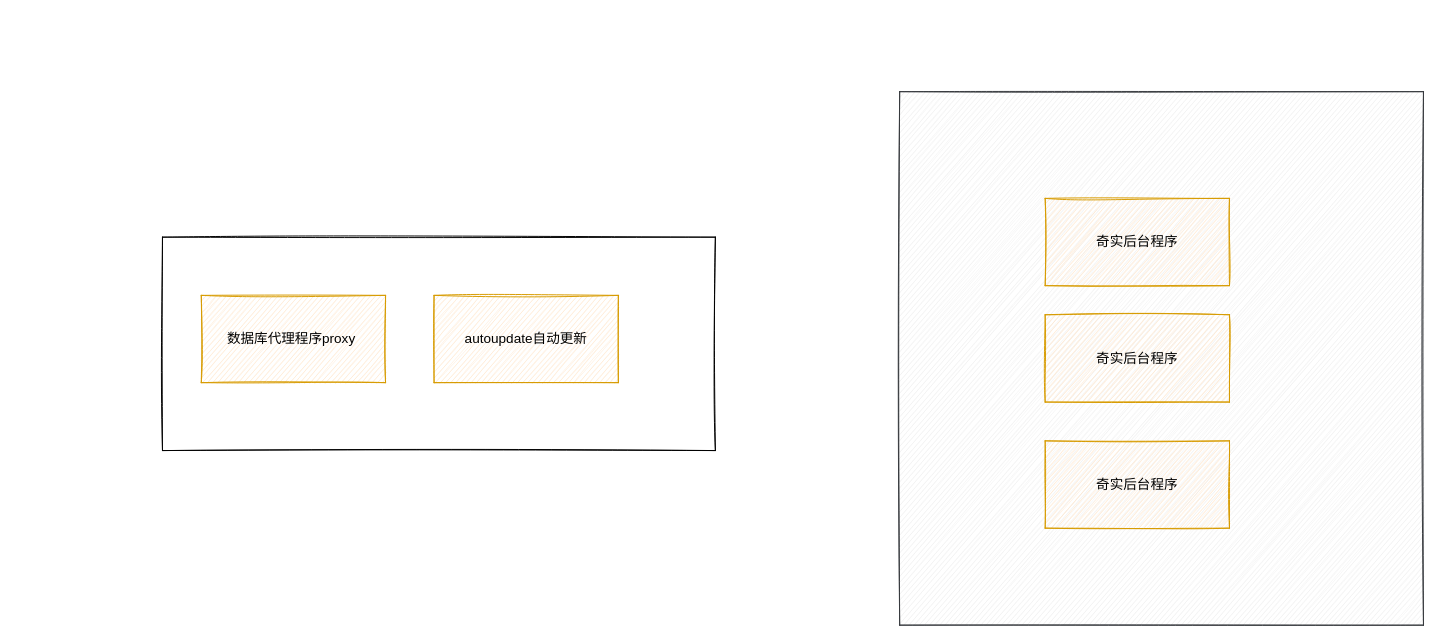
Earlier version of the draw.io diagram page "锐健营" (5 of 5) of 流程图.drawio (nayouzhenai/java_web). Source tidied: cells renumbered, new cells numbered last; positions are measured from the earlier drawing's top-left corner, leaving out a move shared by most shapes. Both pictures are drawn from the tidied source at 97%, with x=0, y=0 at pixel (162, 91).
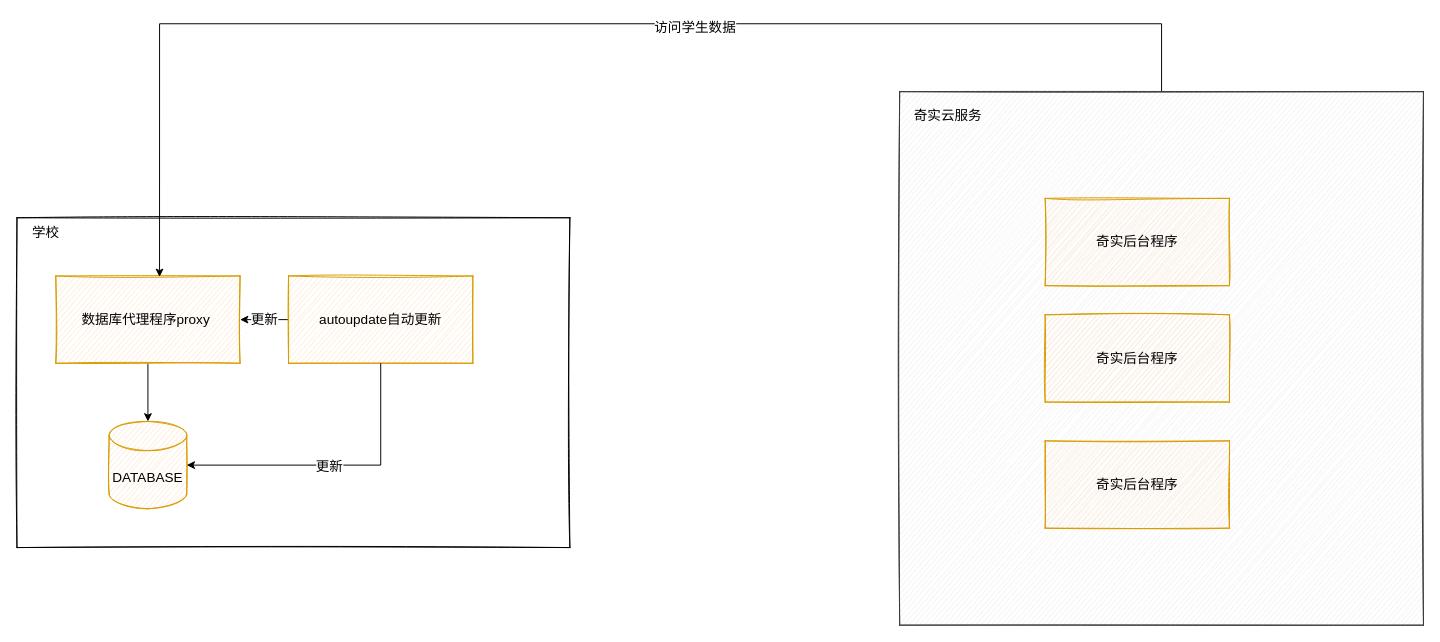
Above is the later version.

Commit message:
更新流程图.drawio

Unchanged cells that the change refers to:
```xml
<mxCell id="5" style="rounded=0;whiteSpace=wrap;html=1;shadow=0;glass=0;sketch=1;fontFamily=Helvetica;fontSize=14;fillColor=#eeeeee;strokeColor=#36393d;" parent="1" vertex="1">
  <mxGeometry x="760" width="540" height="550" as="geometry" />
</mxCell>
```

What changed in the source:
```diff
@@
     <mxCell id="2" style="rounded=0;whiteSpace=wrap;html=1;shadow=0;glass=0;sketch=1;fontFamily=Helvetica;fontSize=14;" parent="1" vertex="1">
-      <mxGeometry y="150" width="570" height="220" as="geometry" />
+      <mxGeometry x="-150" y="130" width="570" height="340" as="geometry" />
     </mxCell>
+    <mxCell id="9" style="edgeStyle=orthogonalEdgeStyle;rounded=0;jettySize=auto;html=1;exitX=0.5;exitY=1;exitDx=0;exitDy=0;entryX=0.5;entryY=0;entryDx=0;entryDy=0;entryPerimeter=0;fontFamily=Helvetica;fontSize=14;fontColor=default;" parent="1" edge="1" source="3" target="15">
+      <mxGeometry relative="1" as="geometry" />
+    </mxCell>
     <mxCell id="3" value="数据库代理程序proxy&amp;nbsp;" style="rounded=0;whiteSpace=wrap;html=1;shadow=0;glass=0;sketch=1;strokeColor=#d79b00;fontFamily=Helvetica;fontSize=14;fontColor=default;fillColor=#ffe6cc;" parent="1" vertex="1">
-      <mxGeometry x="40" y="210" width="190" height="90" as="geometry" />
+      <mxGeometry x="-110" y="190" width="190" height="90" as="geometry" />
     </mxCell>
+    <mxCell id="10" value="更新" style="edgeStyle=orthogonalEdgeStyle;rounded=0;jettySize=auto;html=1;exitX=0;exitY=0.5;exitDx=0;exitDy=0;entryX=1;entryY=0.5;entryDx=0;entryDy=0;fontFamily=Helvetica;fontSize=14;fontColor=default;" parent="1" edge="1" source="4" target="3">
+      <mxGeometry relative="1" as="geometry" />
+    </mxCell>
     <mxCell id="4" value="autoupdate自动更新" style="rounded=0;whiteSpace=wrap;html=1;shadow=0;glass=0;sketch=1;strokeColor=#d79b00;fontFamily=Helvetica;fontSize=14;fontColor=default;fillColor=#ffe6cc;" parent="1" vertex="1">
-      <mxGeometry x="280" y="210" width="190" height="90" as="geometry" />
+      <mxGeometry x="130" y="190" width="190" height="90" as="geometry" />
     </mxCell>
+    <mxCell id="11" style="edgeStyle=orthogonalEdgeStyle;rounded=0;jettySize=auto;html=1;entryX=0.563;entryY=0.011;entryDx=0;entryDy=0;entryPerimeter=0;fontFamily=Helvetica;fontSize=14;fontColor=default;" parent="1" edge="1" source="5" target="3">
+      <mxGeometry relative="1" as="geometry">
+        <Array as="points">
+          <mxPoint x="1030" y="-70" />
+          <mxPoint x="-3" y="-70" />
+        </Array>
+      </mxGeometry>
+    </mxCell>
+    <mxCell id="12" value="访问学生数据" style="edgeLabel;html=1;align=center;verticalAlign=middle;fontSize=14;fontFamily=Helvetica;fontColor=default;" parent="11" vertex="1">
+      <mxGeometry x="-0.19" y="3" relative="1" as="geometry" />
+    </mxCell>
@@
+    <mxCell id="13" value="学校" style="text;html=1;strokeColor=none;fillColor=none;align=center;verticalAlign=middle;whiteSpace=wrap;rounded=0;fontSize=14;fontFamily=Helvetica;fontColor=default;" parent="1" vertex="1">
+      <mxGeometry x="-150" y="130" width="60" height="30" as="geometry" />
+    </mxCell>
+    <mxCell id="14" value="奇实云服务" style="text;html=1;strokeColor=none;fillColor=none;align=center;verticalAlign=middle;whiteSpace=wrap;rounded=0;fontSize=14;fontFamily=Helvetica;fontColor=default;" parent="1" vertex="1">
+      <mxGeometry x="770" y="10" width="80" height="30" as="geometry" />
+    </mxCell>
+    <mxCell id="15" value="DATABASE" style="shape=cylinder3;whiteSpace=wrap;html=1;boundedLbl=1;backgroundOutline=1;size=15;rounded=0;shadow=0;glass=0;sketch=1;strokeColor=#d79b00;fontFamily=Helvetica;fontSize=14;fontColor=default;fillColor=#ffe6cc;" parent="1" vertex="1">
+      <mxGeometry x="-55" y="340" width="80" height="90" as="geometry" />
+    </mxCell>
+    <mxCell id="16" style="endArrow=classic;html=1;rounded=0;fontFamily=Helvetica;fontSize=14;fontColor=default;exitX=0.5;exitY=1;exitDx=0;exitDy=0;" parent="1" edge="1" source="4" target="15">
+      <mxGeometry relative="1" as="geometry">
+        <Array as="points">
+          <mxPoint x="225" y="385" />
+        </Array>
+      </mxGeometry>
+    </mxCell>
+    <mxCell id="17" value="更新" style="edgeLabel;html=1;align=center;verticalAlign=middle;fontSize=14;fontFamily=Helvetica;fontColor=default;" parent="16" vertex="1">
+      <mxGeometry x="0.04" y="1" relative="1" as="geometry" />
+    </mxCell>
```
